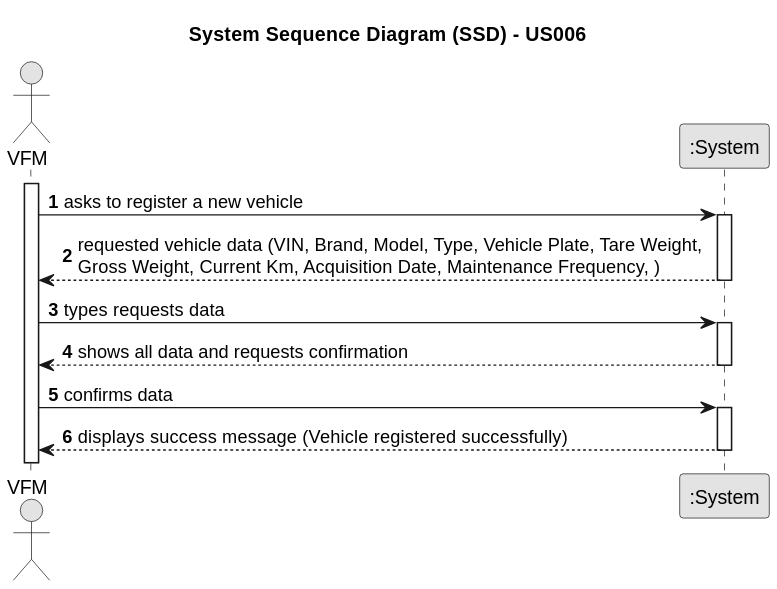
Above: docs/sprintB/us006/01.requirements-engineering/svg/us006-system-sequence-diagram-alternative-one.svg in ricardomm7/leaflink (PlantUML), before the change.
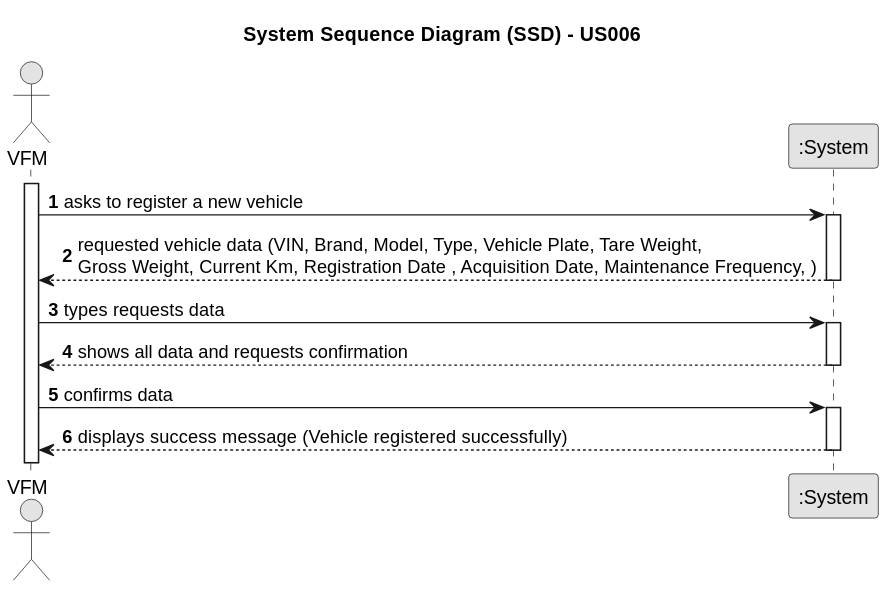
The same file after the commit.

What changed in the source:
```diff
@@ -15,7 +15,7 @@
     VFM -> System : asks to register a new vehicle
     activate System
 
-        System --> VFM : requested vehicle data (VIN, Brand, Model, Type, Vehicle Plate, Tare Weight, \nGross Weight, Current Km, Acquisition Date, Maintenance Frequency, )
+        System --> VFM : requested vehicle data (VIN, Brand, Model, Type, Vehicle Plate, Tare Weight, \nGross Weight, Current Km, Registration Date , Acquisition Date, Maintenance Frequency, )
     deactivate System
 
     VFM -> System : types requests data
```
